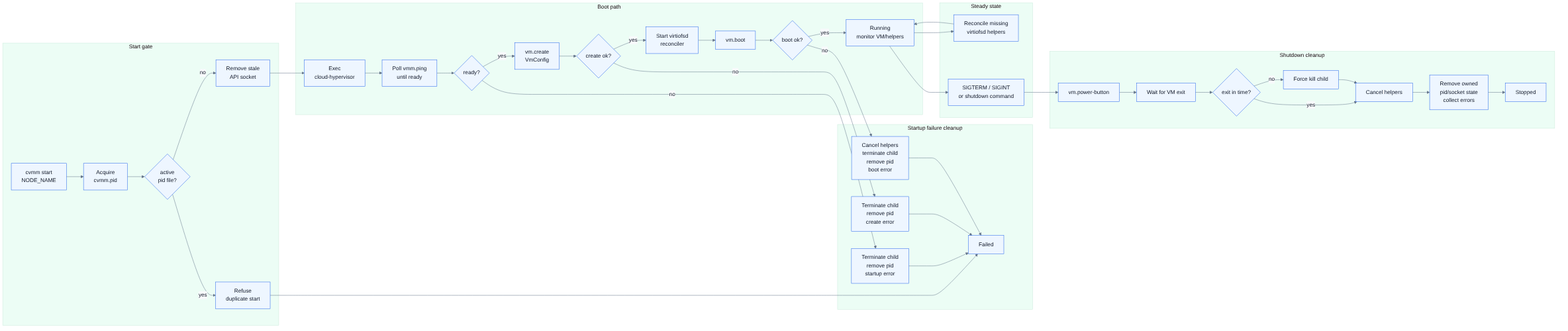
Earlier version of the Mermaid export docs/diagrams/process-lifecycle-cleanup.png (spi-ca/cvmm). Its source is kept beside it as docs/diagrams/process-lifecycle-cleanup.mmd. Source of this version:
```mermaid
flowchart LR
    subgraph startPhase["Start gate"]
        start["cvmm start\nNODE_NAME"] --> pid["Acquire\ncvmm.pid"]
        pid --> active{"active\npid file?"}
        active -- yes --> duplicate["Refuse\nduplicate start"]
        active -- no --> stale["Remove stale\nAPI socket"]
    end

    subgraph bootPhase["Boot path"]
        stale --> spawn["Exec\ncloud-hypervisor"]
        spawn --> ready["Poll vmm.ping\nuntil ready"]
        ready --> readyOK{"ready?"}
        readyOK -- yes --> create["vm.create\nVmConfig"]
        create --> createOK{"create ok?"}
        createOK -- yes --> helpers["Start virtiofsd\nreconciler"]
        helpers --> boot["vm.boot"]
        boot --> bootOK{"boot ok?"}
        bootOK -- yes --> running["Running\nmonitor VM/helpers"]
    end

    subgraph failure["Startup failure cleanup"]
        readyOK -- no --> startupCleanup["Terminate child\nremove pid\nstartup error"]
        createOK -- no --> createCleanup["Terminate child\nremove pid\ncreate error"]
        bootOK -- no --> bootCleanup["Cancel helpers\nterminate child\nremove pid\nboot error"]
        duplicate --> failed["Failed"]
        startupCleanup --> failed
        createCleanup --> failed
        bootCleanup --> failed
    end

    subgraph steady["Steady state"]
        running --> reconcile["Reconcile missing\nvirtiofsd helpers"]
        reconcile --> running
        running --> signal["SIGTERM / SIGINT\nor shutdown command"]
    end

    subgraph stopPhase["Shutdown cleanup"]
        signal --> power["vm.power-button"]
        power --> wait["Wait for VM exit"]
        wait --> exited{"exit in time?"}
        exited -- no --> kill["Force kill child"]
        exited -- yes --> stopHelpers["Cancel helpers"]
        kill --> stopHelpers
        stopHelpers --> cleanup["Remove owned\npid/socket state\ncollect errors"]
        cleanup --> stopped["Stopped"]
    end
```
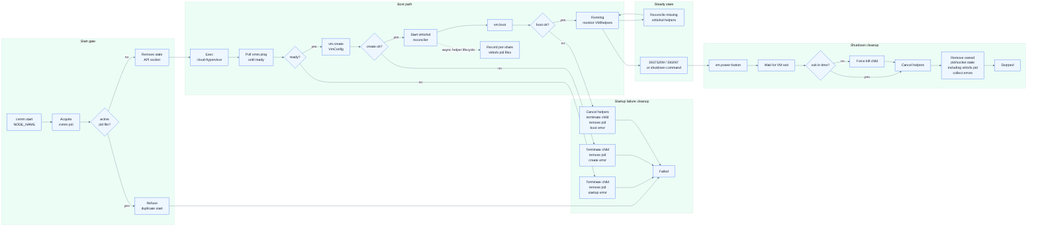
Above is the later version.

The edit, as a diff of the source:
```diff
@@ -14,6 +14,7 @@
         create --> createOK{"create ok?"}
         createOK -- yes --> helpers["Start virtiofsd\nreconciler"]
         helpers --> boot["vm.boot"]
+        helpers -. async helper lifecycle .-> helperPid["Record per-share\nvirtiofs pid files"]
         boot --> bootOK{"boot ok?"}
         bootOK -- yes --> running["Running\nmonitor VM/helpers"]
     end
@@ -41,6 +42,6 @@
         exited -- no --> kill["Force kill child"]
         exited -- yes --> stopHelpers["Cancel helpers"]
         kill --> stopHelpers
-        stopHelpers --> cleanup["Remove owned\npid/socket state\ncollect errors"]
+        stopHelpers --> cleanup["Remove owned\npid/socket state\nincluding virtiofs pid\ncollect errors"]
         cleanup --> stopped["Stopped"]
     end
```
